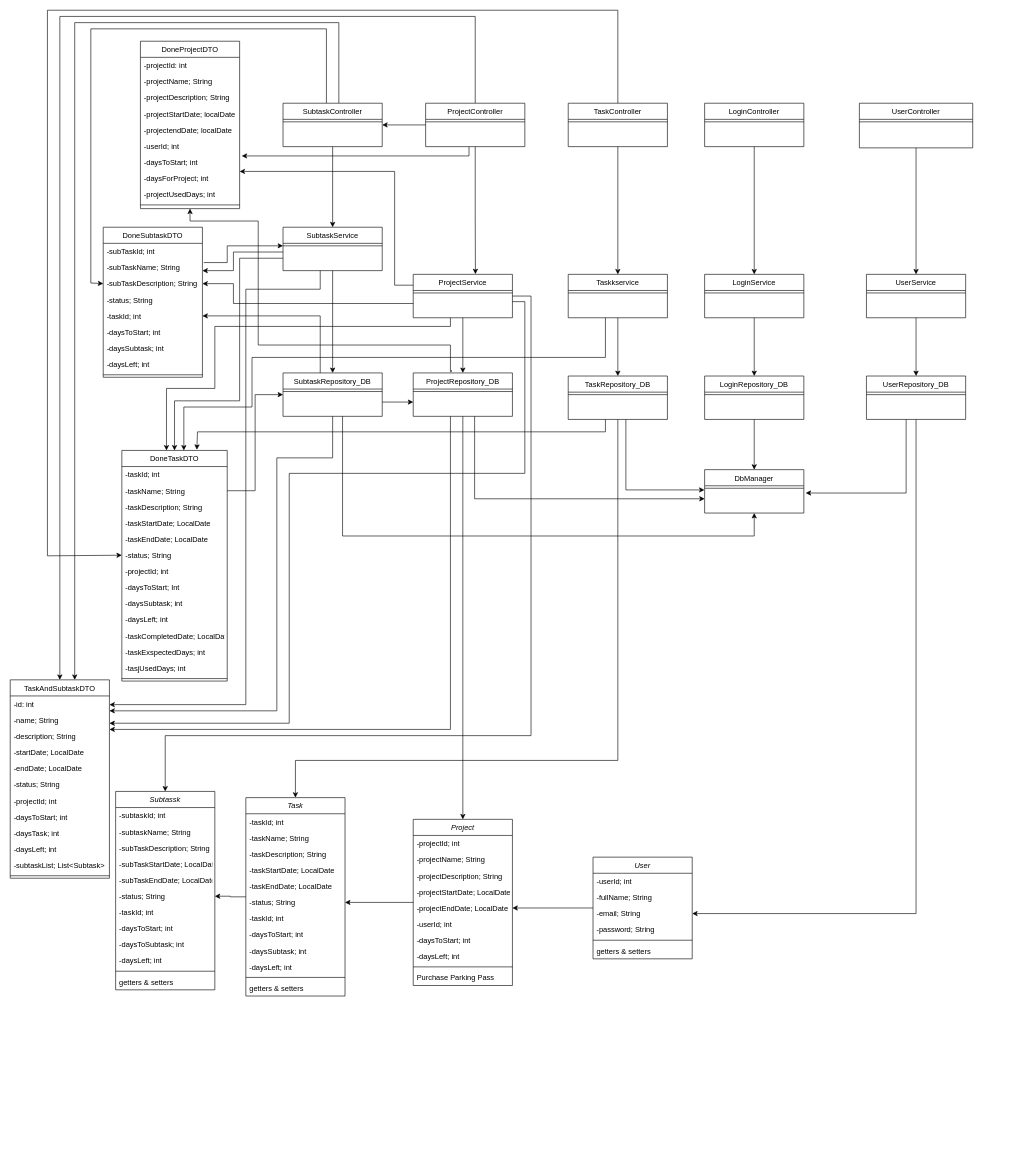
This is docs/Class_Diagram.drawio from Atributties/ProjectPeak, a draw.io file, before an edit. Source tidied: cells renumbered, new cells numbered last; positions are measured from the earlier drawing's top-left corner, leaving out a move shared by most shapes. Both pictures are drawn from the tidied source at 62%, with x=0, y=0 at pixel (10, 10).
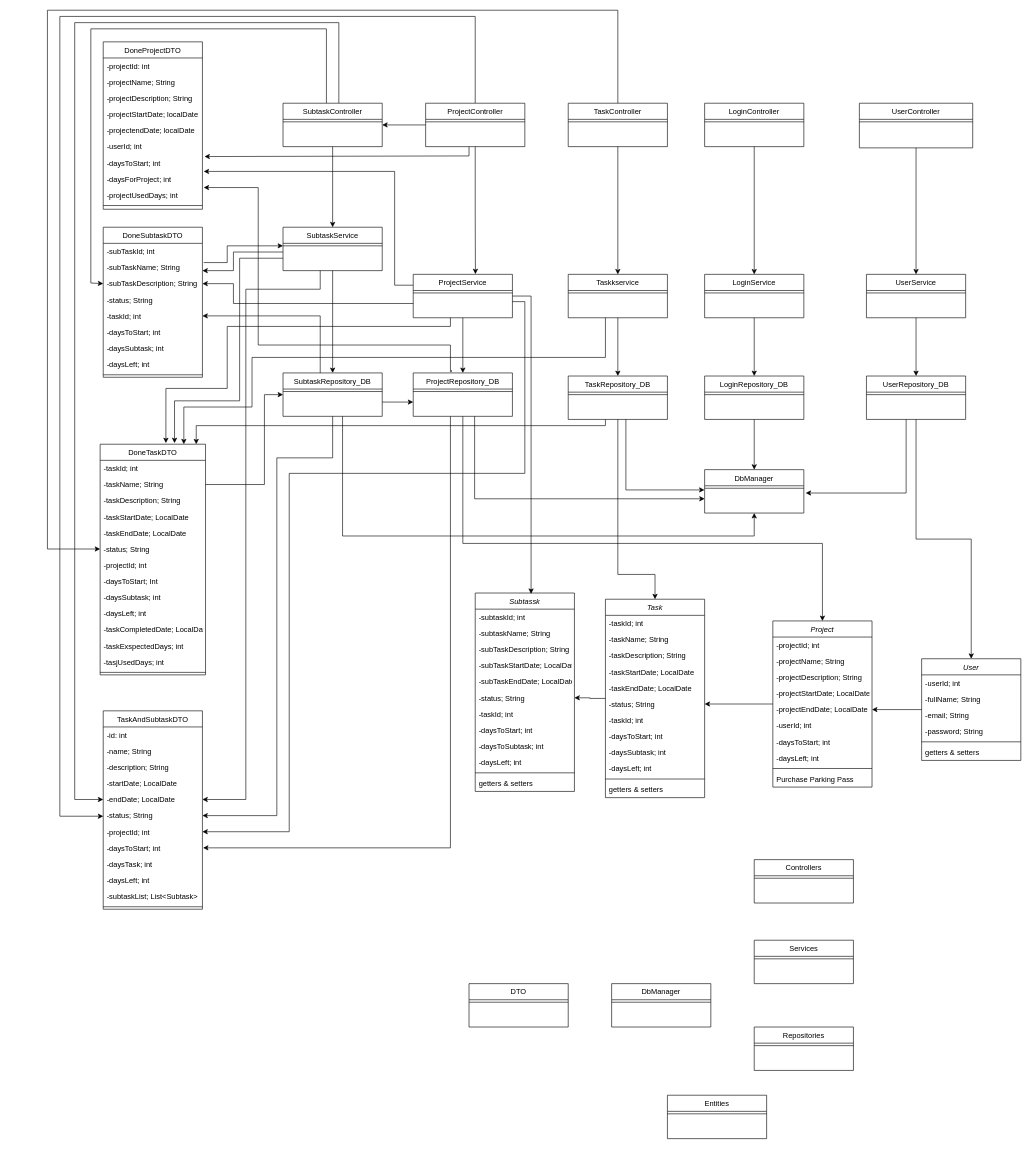
Above is the later version.

Unchanged cells that the change refers to:
```xml
<mxCell id="18" value="-email; String" style="text;align=left;verticalAlign=top;spacingLeft=4;spacingRight=4;overflow=hidden;points=[[0,0.5],[1,0.5]];portConstraint=eastwest;rounded=0;shadow=0;html=0;" parent="15" vertex="1">
  <mxGeometry y="78" width="160" height="26" as="geometry" />
</mxCell>
<mxCell id="55" value="SubtaskController" style="swimlane;fontStyle=0;align=center;verticalAlign=top;horizontal=1;startSize=26;rounded=0;shadow=0;strokeWidth=1;" parent="1" vertex="1">
  <mxGeometry x="440" y="150" width="160" height="70" as="geometry" />
</mxCell>
<mxCell id="59" value="TaskController" style="swimlane;fontStyle=0;align=center;verticalAlign=top;horizontal=1;startSize=26;rounded=0;shadow=0;strokeWidth=1;" parent="1" vertex="1">
  <mxGeometry x="900" y="150" width="160" height="70" as="geometry" />
</mxCell>
<mxCell id="82" value="-daysForProject; int" style="text;align=left;verticalAlign=top;spacingLeft=4;spacingRight=4;overflow=hidden;points=[[0,0.5],[1,0.5]];portConstraint=eastwest;" parent="74" vertex="1">
  <mxGeometry y="208" width="160" height="26" as="geometry" />
</mxCell>
<mxCell id="87" value="-taskName; String" style="text;align=left;verticalAlign=top;spacingLeft=4;spacingRight=4;overflow=hidden;points=[[0,0.5],[1,0.5]];portConstraint=eastwest;" parent="85" vertex="1">
  <mxGeometry y="52" width="170" height="26" as="geometry" />
</mxCell>
<mxCell id="91" value="-status; String" style="text;align=left;verticalAlign=top;spacingLeft=4;spacingRight=4;overflow=hidden;points=[[0,0.5],[1,0.5]];portConstraint=eastwest;" parent="85" vertex="1">
  <mxGeometry y="156" width="170" height="26" as="geometry" />
</mxCell>
<mxCell id="105" value="-endDate; LocalDate" style="text;align=left;verticalAlign=top;spacingLeft=4;spacingRight=4;overflow=hidden;points=[[0,0.5],[1,0.5]];portConstraint=eastwest;" parent="100" vertex="1">
  <mxGeometry y="130" width="160" height="26" as="geometry" />
</mxCell>
<mxCell id="106" value="-status; String" style="text;align=left;verticalAlign=top;spacingLeft=4;spacingRight=4;overflow=hidden;points=[[0,0.5],[1,0.5]];portConstraint=eastwest;" parent="100" vertex="1">
  <mxGeometry y="156" width="160" height="26" as="geometry" />
</mxCell>
<mxCell id="118" value="TaskRepository_DB" style="swimlane;fontStyle=0;align=center;verticalAlign=top;horizontal=1;startSize=26;rounded=0;shadow=0;strokeWidth=1;" parent="1" vertex="1">
  <mxGeometry x="900" y="590" width="160" height="70" as="geometry" />
</mxCell>
<mxCell id="122" value="UserRepository_DB" style="swimlane;fontStyle=0;align=center;verticalAlign=top;horizontal=1;startSize=26;rounded=0;shadow=0;strokeWidth=1;" parent="1" vertex="1">
  <mxGeometry x="1381" y="590" width="160" height="70" as="geometry" />
</mxCell>
<mxCell id="127" value="SubtaskRepository_DB" style="swimlane;fontStyle=0;align=center;verticalAlign=top;horizontal=1;startSize=26;rounded=0;shadow=0;strokeWidth=1;" parent="1" vertex="1">
  <mxGeometry x="440" y="585" width="160" height="70" as="geometry" />
</mxCell>
<mxCell id="141" value="Taskkservice" style="swimlane;fontStyle=0;align=center;verticalAlign=top;horizontal=1;startSize=26;rounded=0;shadow=0;strokeWidth=1;" parent="1" vertex="1">
  <mxGeometry x="900" y="426" width="160" height="70" as="geometry" />
</mxCell>
<mxCell id="151" value="ProjectRepository_DB" style="swimlane;fontStyle=0;align=center;verticalAlign=top;horizontal=1;startSize=26;rounded=0;shadow=0;strokeWidth=1;" parent="1" vertex="1">
  <mxGeometry x="650" y="585" width="160" height="70" as="geometry" />
</mxCell>
<mxCell id="155" value="SubtaskService" style="swimlane;fontStyle=0;align=center;verticalAlign=top;horizontal=1;startSize=26;rounded=0;shadow=0;strokeWidth=1;" parent="1" vertex="1">
  <mxGeometry x="440" y="350" width="160" height="70" as="geometry" />
</mxCell>
<mxCell id="161" value="ProjectController" style="swimlane;fontStyle=0;align=center;verticalAlign=top;horizontal=1;startSize=26;rounded=0;shadow=0;strokeWidth=1;" parent="1" vertex="1">
  <mxGeometry x="670" y="150" width="160" height="70" as="geometry" />
</mxCell>
<mxCell id="165" value="ProjectService" style="swimlane;fontStyle=0;align=center;verticalAlign=top;horizontal=1;startSize=26;rounded=0;shadow=0;strokeWidth=1;" parent="1" vertex="1">
  <mxGeometry x="650" y="426" width="160" height="70" as="geometry" />
</mxCell>
```

Diff of the diagram source:
```diff
@@
     <mxCell id="3" value="Project" style="swimlane;fontStyle=2;align=center;verticalAlign=top;horizontal=1;startSize=26;rounded=0;shadow=0;strokeWidth=1;" parent="1" vertex="1">
-      <mxGeometry x="650" y="1305" width="160" height="268" as="geometry" />
+      <mxGeometry x="1230" y="985" width="160" height="268" as="geometry" />
     </mxCell>
@@
     <mxCell id="15" value="User" style="swimlane;fontStyle=2;align=center;verticalAlign=top;horizontal=1;startSize=26;rounded=0;shadow=0;strokeWidth=1;" parent="1" vertex="1">
-      <mxGeometry x="940" y="1366" width="160" height="164" as="geometry" />
+      <mxGeometry x="1470" y="1046" width="160" height="164" as="geometry" />
     </mxCell>
@@
     <mxCell id="22" value="Subtassk" style="swimlane;fontStyle=2;align=center;verticalAlign=top;horizontal=1;startSize=26;rounded=0;shadow=0;strokeWidth=1;" parent="1" vertex="1">
-      <mxGeometry x="170" y="1260" width="160" height="320" as="geometry" />
+      <mxGeometry x="750" y="940" width="160" height="320" as="geometry" />
     </mxCell>
@@
     <mxCell id="36" value="Task" style="swimlane;fontStyle=2;align=center;verticalAlign=top;horizontal=1;startSize=26;rounded=0;shadow=0;strokeWidth=1;" parent="1" vertex="1">
-      <mxGeometry x="380" y="1270" width="160" height="320" as="geometry" />
+      <mxGeometry x="960" y="950" width="160" height="320" as="geometry" />
     </mxCell>
@@
-    <mxCell id="54" style="edgeStyle=orthogonalEdgeStyle;rounded=0;jettySize=auto;html=1;entryX=0.65;entryY=0;entryDx=0;entryDy=0;entryPerimeter=0;" parent="1" edge="1" source="55" target="100">
+    <mxCell id="54" style="edgeStyle=orthogonalEdgeStyle;rounded=0;jettySize=auto;html=1;entryX=0;entryY=0.5;entryDx=0;entryDy=0;" parent="1" edge="1" source="55" target="105">
       <mxGeometry relative="1" as="geometry">
         <Array as="points">
           <mxPoint x="530" y="20" />
           <mxPoint x="104" y="20" />
+          <mxPoint x="104" y="1273" />
         </Array>
       </mxGeometry>
     </mxCell>
@@
     <mxCell id="58" style="edgeStyle=orthogonalEdgeStyle;rounded=0;jettySize=auto;html=1;entryX=0;entryY=0.5;entryDx=0;entryDy=0;" parent="1" edge="1" source="59" target="91">
       <mxGeometry relative="1" as="geometry">
         <Array as="points">
           <mxPoint x="980" />
           <mxPoint x="60" />
-          <mxPoint x="60" y="880" />
+          <mxPoint x="60" y="869" />
         </Array>
       </mxGeometry>
     </mxCell>
@@
     <mxCell id="74" value="DoneProjectDTO" style="swimlane;fontStyle=0;align=center;verticalAlign=top;horizontal=1;startSize=26;rounded=0;shadow=0;strokeWidth=1;" parent="1" vertex="1">
-      <mxGeometry x="210" y="50" width="160" height="270" as="geometry" />
+      <mxGeometry x="150" y="51" width="160" height="270" as="geometry" />
     </mxCell>
@@
     <mxCell id="85" value="DoneTaskDTO" style="swimlane;fontStyle=0;align=center;verticalAlign=top;horizontal=1;startSize=26;rounded=0;shadow=0;strokeWidth=1;" parent="1" vertex="1">
-      <mxGeometry x="180" y="710" width="170" height="372" as="geometry" />
+      <mxGeometry x="145" y="700" width="170" height="372" as="geometry" />
     </mxCell>
@@
     <mxCell id="100" value="TaskAndSubtaskDTO" style="swimlane;fontStyle=0;align=center;verticalAlign=top;horizontal=1;startSize=26;rounded=0;shadow=0;strokeWidth=1;" parent="1" vertex="1">
-      <mxGeometry y="1080" width="160" height="320" as="geometry" />
+      <mxGeometry x="150" y="1130" width="160" height="320" as="geometry" />
     </mxCell>
@@
     <mxCell id="115" style="edgeStyle=orthogonalEdgeStyle;rounded=0;jettySize=auto;html=1;entryX=0.5;entryY=0;entryDx=0;entryDy=0;" parent="1" edge="1" source="118" target="36">
       <mxGeometry relative="1" as="geometry">
         <Array as="points">
-          <mxPoint x="980" y="1210" />
-          <mxPoint x="460" y="1210" />
+          <mxPoint x="980" y="910" />
+          <mxPoint x="1040" y="910" />
         </Array>
       </mxGeometry>
     </mxCell>
-    <mxCell id="116" style="edgeStyle=orthogonalEdgeStyle;rounded=0;jettySize=auto;html=1;entryX=0.712;entryY=-0.003;entryDx=0;entryDy=0;entryPerimeter=0;" parent="1" edge="1" source="118" target="85">
+    <mxCell id="116" style="edgeStyle=orthogonalEdgeStyle;rounded=0;jettySize=auto;html=1;entryX=0.912;entryY=0;entryDx=0;entryDy=0;entryPerimeter=0;" parent="1" edge="1" source="118" target="85">
       <mxGeometry relative="1" as="geometry">
         <Array as="points">
-          <mxPoint x="960" y="680" />
-          <mxPoint x="302" y="680" />
-          <mxPoint x="302" y="709" />
+          <mxPoint x="960" y="670" />
+          <mxPoint x="300" y="670" />
         </Array>
       </mxGeometry>
     </mxCell>
@@
-    <mxCell id="120" style="edgeStyle=orthogonalEdgeStyle;rounded=0;jettySize=auto;html=1;entryX=1;entryY=0.5;entryDx=0;entryDy=0;" parent="1" edge="1" source="122" target="18">
+    <mxCell id="120" style="edgeStyle=orthogonalEdgeStyle;rounded=0;jettySize=auto;html=1;entryX=0.5;entryY=0;entryDx=0;entryDy=0;" parent="1" edge="1" source="122" target="15">
       <mxGeometry relative="1" as="geometry" />
     </mxCell>
@@
-    <mxCell id="124" style="edgeStyle=orthogonalEdgeStyle;rounded=0;jettySize=auto;html=1;" parent="1" edge="1" source="127">
+    <mxCell id="124" style="edgeStyle=orthogonalEdgeStyle;rounded=0;jettySize=auto;html=1;entryX=1;entryY=0.5;entryDx=0;entryDy=0;" parent="1" edge="1" source="127" target="106">
       <mxGeometry relative="1" as="geometry">
-        <mxPoint x="160" y="1130" as="targetPoint" />
         <Array as="points">
           <mxPoint x="520" y="722" />
           <mxPoint x="430" y="722" />
-          <mxPoint x="430" y="1130" />
-          <mxPoint x="160" y="1130" />
+          <mxPoint x="430" y="1299" />
         </Array>
       </mxGeometry>
     </mxCell>
@@
-    <mxCell id="136" style="edgeStyle=orthogonalEdgeStyle;rounded=0;jettySize=auto;html=1;entryX=0.5;entryY=0;entryDx=0;entryDy=0;" parent="1" edge="1" source="155" target="85">
+    <mxCell id="136" style="edgeStyle=orthogonalEdgeStyle;rounded=0;jettySize=auto;html=1;entryX=0.706;entryY=-0.005;entryDx=0;entryDy=0;entryPerimeter=0;" parent="1" edge="1" source="155" target="85">
       <mxGeometry relative="1" as="geometry">
         <Array as="points">
           <mxPoint x="370" y="400" />
           <mxPoint x="370" y="630" />
           <mxPoint x="265" y="630" />
         </Array>
       </mxGeometry>
     </mxCell>
@@
-    <mxCell id="138" style="edgeStyle=orthogonalEdgeStyle;rounded=0;jettySize=auto;html=1;" parent="1" edge="1" source="165">
+    <mxCell id="138" style="edgeStyle=orthogonalEdgeStyle;rounded=0;jettySize=auto;html=1;entryX=0.624;entryY=-0.005;entryDx=0;entryDy=0;entryPerimeter=0;" parent="1" edge="1" source="165" target="85">
       <mxGeometry relative="1" as="geometry">
-        <mxPoint x="252" y="710" as="targetPoint" />
         <Array as="points">
           <mxPoint x="710" y="510" />
-          <mxPoint x="330" y="510" />
-          <mxPoint x="330" y="610" />
-          <mxPoint x="252" y="610" />
+          <mxPoint x="350" y="510" />
+          <mxPoint x="350" y="610" />
+          <mxPoint x="251" y="610" />
         </Array>
       </mxGeometry>
     </mxCell>
@@
     <mxCell id="140" style="edgeStyle=orthogonalEdgeStyle;rounded=0;jettySize=auto;html=1;" parent="1" edge="1" source="141">
       <mxGeometry relative="1" as="geometry">
-        <mxPoint x="280" y="710" as="targetPoint" />
+        <mxPoint x="280" y="700" as="targetPoint" />
         <Array as="points">
           <mxPoint x="960" y="560" />
           <mxPoint x="390" y="560" />
           <mxPoint x="390" y="640" />
           <mxPoint x="280" y="640" />
         </Array>
       </mxGeometry>
     </mxCell>
@@
     <mxCell id="146" style="edgeStyle=orthogonalEdgeStyle;rounded=0;orthogonalLoop=1;jettySize=auto;html=1;" parent="1" edge="1">
       <mxGeometry relative="1" as="geometry">
         <mxPoint x="710" y="655" as="sourcePoint" />
-        <mxPoint x="160" y="1160" as="targetPoint" />
+        <mxPoint x="311" y="1351" as="targetPoint" />
         <Array as="points">
-          <mxPoint x="710" y="1160" />
-          <mxPoint x="160" y="1160" />
+          <mxPoint x="710" y="1351" />
         </Array>
       </mxGeometry>
     </mxCell>
-    <mxCell id="147" style="edgeStyle=orthogonalEdgeStyle;rounded=0;jettySize=auto;html=1;entryX=0.5;entryY=1;entryDx=0;entryDy=0;exitX=0.385;exitY=-0.067;exitDx=0;exitDy=0;exitPerimeter=0;" parent="1" edge="1" source="151" target="74">
+    <mxCell id="147" style="edgeStyle=orthogonalEdgeStyle;rounded=0;jettySize=auto;html=1;exitX=0.385;exitY=-0.067;exitDx=0;exitDy=0;exitPerimeter=0;entryX=1.013;entryY=1.038;entryDx=0;entryDy=0;entryPerimeter=0;" parent="1" edge="1" source="151" target="82">
       <mxGeometry relative="1" as="geometry">
         <Array as="points">
           <mxPoint x="712" y="583" />
-          <mxPoint x="710" y="583" />
           <mxPoint x="710" y="540" />
           <mxPoint x="400" y="540" />
-          <mxPoint x="400" y="340" />
-          <mxPoint x="290" y="340" />
+          <mxPoint x="400" y="286" />
         </Array>
       </mxGeometry>
     </mxCell>
-    <mxCell id="148" style="edgeStyle=orthogonalEdgeStyle;rounded=0;jettySize=auto;html=1;exitX=0;exitY=0.25;exitDx=0;exitDy=0;" parent="1" edge="1" source="165">
+    <mxCell id="148" style="edgeStyle=orthogonalEdgeStyle;rounded=0;jettySize=auto;html=1;exitX=0;exitY=0.25;exitDx=0;exitDy=0;entryX=1.013;entryY=0.038;entryDx=0;entryDy=0;entryPerimeter=0;" parent="1" edge="1" source="165" target="82">
       <mxGeometry relative="1" as="geometry">
-        <mxPoint x="370" y="260" as="targetPoint" />
         <Array as="points">
           <mxPoint x="620" y="444" />
           <mxPoint x="620" y="260" />
-          <mxPoint x="370" y="260" />
         </Array>
       </mxGeometry>
     </mxCell>
     <mxCell id="149" style="edgeStyle=orthogonalEdgeStyle;rounded=0;jettySize=auto;html=1;entryX=0.5;entryY=0;entryDx=0;entryDy=0;" parent="1" edge="1" source="151" target="3">
-      <mxGeometry relative="1" as="geometry" />
+      <mxGeometry relative="1" as="geometry">
+        <Array as="points">
+          <mxPoint x="730" y="860" />
+          <mxPoint x="1310" y="860" />
+        </Array>
+      </mxGeometry>
     </mxCell>
@@
-    <mxCell id="153" style="edgeStyle=orthogonalEdgeStyle;rounded=0;jettySize=auto;html=1;" parent="1" edge="1" source="155">
+    <mxCell id="153" style="edgeStyle=orthogonalEdgeStyle;rounded=0;jettySize=auto;html=1;entryX=1;entryY=0.5;entryDx=0;entryDy=0;" parent="1" edge="1" source="155" target="105">
       <mxGeometry relative="1" as="geometry">
-        <mxPoint x="160" y="1120" as="targetPoint" />
         <Array as="points">
           <mxPoint x="500" y="450" />
           <mxPoint x="380" y="450" />
-          <mxPoint x="380" y="1120" />
+          <mxPoint x="380" y="1273" />
         </Array>
       </mxGeometry>
     </mxCell>
@@
-    <mxCell id="158" style="edgeStyle=orthogonalEdgeStyle;rounded=0;jettySize=auto;html=1;entryX=0.5;entryY=0;entryDx=0;entryDy=0;" parent="1" edge="1" source="161" target="100">
+    <mxCell id="158" style="edgeStyle=orthogonalEdgeStyle;rounded=0;jettySize=auto;html=1;" parent="1" edge="1" source="161">
       <mxGeometry relative="1" as="geometry">
+        <mxPoint x="150" y="1300" as="targetPoint" />
         <Array as="points">
           <mxPoint x="750" y="10" />
           <mxPoint x="80" y="10" />
         </Array>
       </mxGeometry>
     </mxCell>
@@
-    <mxCell id="163" style="edgeStyle=orthogonalEdgeStyle;rounded=0;jettySize=auto;html=1;entryX=0.5;entryY=0;entryDx=0;entryDy=0;" parent="1" edge="1" source="165" target="22">
+    <mxCell id="163" style="edgeStyle=orthogonalEdgeStyle;rounded=0;jettySize=auto;html=1;entryX=0.563;entryY=0.004;entryDx=0;entryDy=0;entryPerimeter=0;" parent="1" edge="1" source="165" target="22">
       <mxGeometry relative="1" as="geometry">
         <Array as="points">
           <mxPoint x="840" y="461" />
-          <mxPoint x="840" y="1170" />
-          <mxPoint x="250" y="1170" />
         </Array>
       </mxGeometry>
     </mxCell>
     <mxCell id="164" style="edgeStyle=orthogonalEdgeStyle;rounded=0;jettySize=auto;html=1;" parent="1" edge="1" source="165">
       <mxGeometry relative="1" as="geometry">
-        <mxPoint x="160" y="1150" as="targetPoint" />
+        <mxPoint x="310" y="1325" as="targetPoint" />
         <Array as="points">
           <mxPoint x="830" y="470" />
           <mxPoint x="830" y="747" />
           <mxPoint x="450" y="747" />
-          <mxPoint x="450" y="1150" />
-          <mxPoint x="160" y="1150" />
+          <mxPoint x="450" y="1325" />
+          <mxPoint x="315" y="1325" />
         </Array>
       </mxGeometry>
     </mxCell>
@@
     <mxCell id="169" style="edgeStyle=orthogonalEdgeStyle;rounded=0;jettySize=auto;html=1;entryX=0;entryY=0.5;entryDx=0;entryDy=0;" parent="1" edge="1" source="87" target="127">
-      <mxGeometry relative="1" as="geometry" />
+      <mxGeometry relative="1" as="geometry">
+        <Array as="points">
+          <mxPoint x="410" y="765" />
+          <mxPoint x="410" y="620" />
+        </Array>
+      </mxGeometry>
     </mxCell>
@@
+    <mxCell id="171" value="Repositories" style="swimlane;fontStyle=0;align=center;verticalAlign=top;horizontal=1;startSize=26;rounded=0;shadow=0;strokeWidth=1;" parent="1" vertex="1">
+      <mxGeometry x="1200" y="1640" width="160" height="70" as="geometry" />
+    </mxCell>
+    <mxCell id="172" style="line;html=1;strokeWidth=1;align=left;verticalAlign=middle;spacingTop=-1;spacingLeft=3;spacingRight=3;labelPosition=right;" parent="171" vertex="1">
+      <mxGeometry y="26" width="160" height="8" as="geometry" />
+    </mxCell>
+    <mxCell id="173" value="Entities" style="swimlane;fontStyle=0;align=center;verticalAlign=top;horizontal=1;startSize=26;rounded=0;shadow=0;strokeWidth=1;" parent="1" vertex="1">
+      <mxGeometry x="1060" y="1750" width="160" height="70" as="geometry" />
+    </mxCell>
+    <mxCell id="174" style="line;html=1;strokeWidth=1;align=left;verticalAlign=middle;spacingTop=-1;spacingLeft=3;spacingRight=3;labelPosition=right;" parent="173" vertex="1">
+      <mxGeometry y="26" width="160" height="8" as="geometry" />
+    </mxCell>
+    <mxCell id="175" value="Controllers" style="swimlane;fontStyle=0;align=center;verticalAlign=top;horizontal=1;startSize=26;rounded=0;shadow=0;strokeWidth=1;" parent="1" vertex="1">
+      <mxGeometry x="1200" y="1370" width="160" height="70" as="geometry" />
+    </mxCell>
+    <mxCell id="176" style="line;html=1;strokeWidth=1;align=left;verticalAlign=middle;spacingTop=-1;spacingLeft=3;spacingRight=3;labelPosition=right;" parent="175" vertex="1">
+      <mxGeometry y="26" width="160" height="8" as="geometry" />
+    </mxCell>
+    <mxCell id="177" value="DbManager" style="swimlane;fontStyle=0;align=center;verticalAlign=top;horizontal=1;startSize=26;rounded=0;shadow=0;strokeWidth=1;" parent="1" vertex="1">
+      <mxGeometry x="970" y="1570" width="160" height="70" as="geometry" />
+    </mxCell>
+    <mxCell id="178" style="line;html=1;strokeWidth=1;align=left;verticalAlign=middle;spacingTop=-1;spacingLeft=3;spacingRight=3;labelPosition=right;" parent="177" vertex="1">
+      <mxGeometry y="26" width="160" height="8" as="geometry" />
+    </mxCell>
+    <mxCell id="179" value="Services" style="swimlane;fontStyle=0;align=center;verticalAlign=top;horizontal=1;startSize=26;rounded=0;shadow=0;strokeWidth=1;" parent="1" vertex="1">
+      <mxGeometry x="1200" y="1500" width="160" height="70" as="geometry" />
+    </mxCell>
+    <mxCell id="180" style="line;html=1;strokeWidth=1;align=left;verticalAlign=middle;spacingTop=-1;spacingLeft=3;spacingRight=3;labelPosition=right;" parent="179" vertex="1">
+      <mxGeometry y="26" width="160" height="8" as="geometry" />
+    </mxCell>
+    <mxCell id="181" value="DTO" style="swimlane;fontStyle=0;align=center;verticalAlign=top;horizontal=1;startSize=26;rounded=0;shadow=0;strokeWidth=1;" parent="1" vertex="1">
+      <mxGeometry x="740" y="1570" width="160" height="70" as="geometry" />
+    </mxCell>
+    <mxCell id="182" style="line;html=1;strokeWidth=1;align=left;verticalAlign=middle;spacingTop=-1;spacingLeft=3;spacingRight=3;labelPosition=right;" parent="181" vertex="1">
+      <mxGeometry y="26" width="160" height="8" as="geometry" />
+    </mxCell>
```
